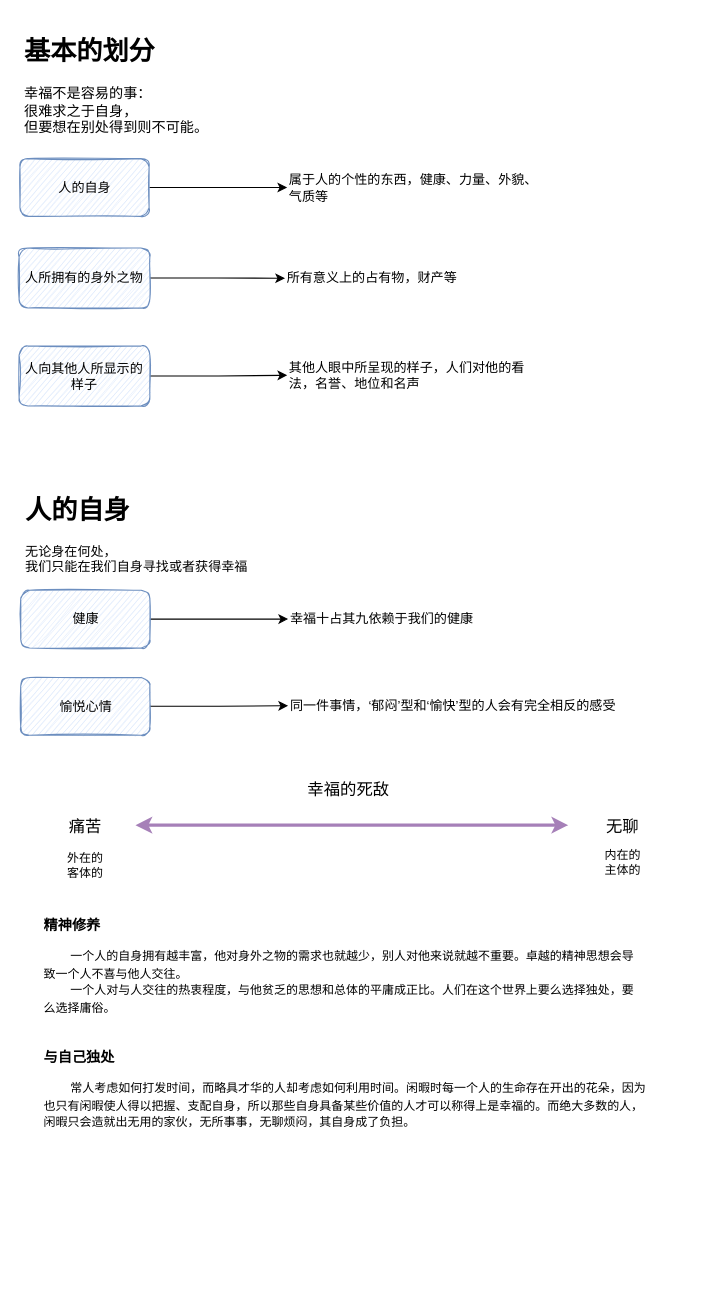
Earlier version of the draw.io diagram renshengdezhihui/ren_sheng_de_zhi_hui.drawio (kirito1015/books.read). Source tidied: cells renumbered, new cells numbered last; positions are measured from the earlier drawing's top-left corner, leaving out a move shared by most shapes. Both pictures are drawn from the tidied source at 109%, with x=0, y=0 at pixel (19, 29).
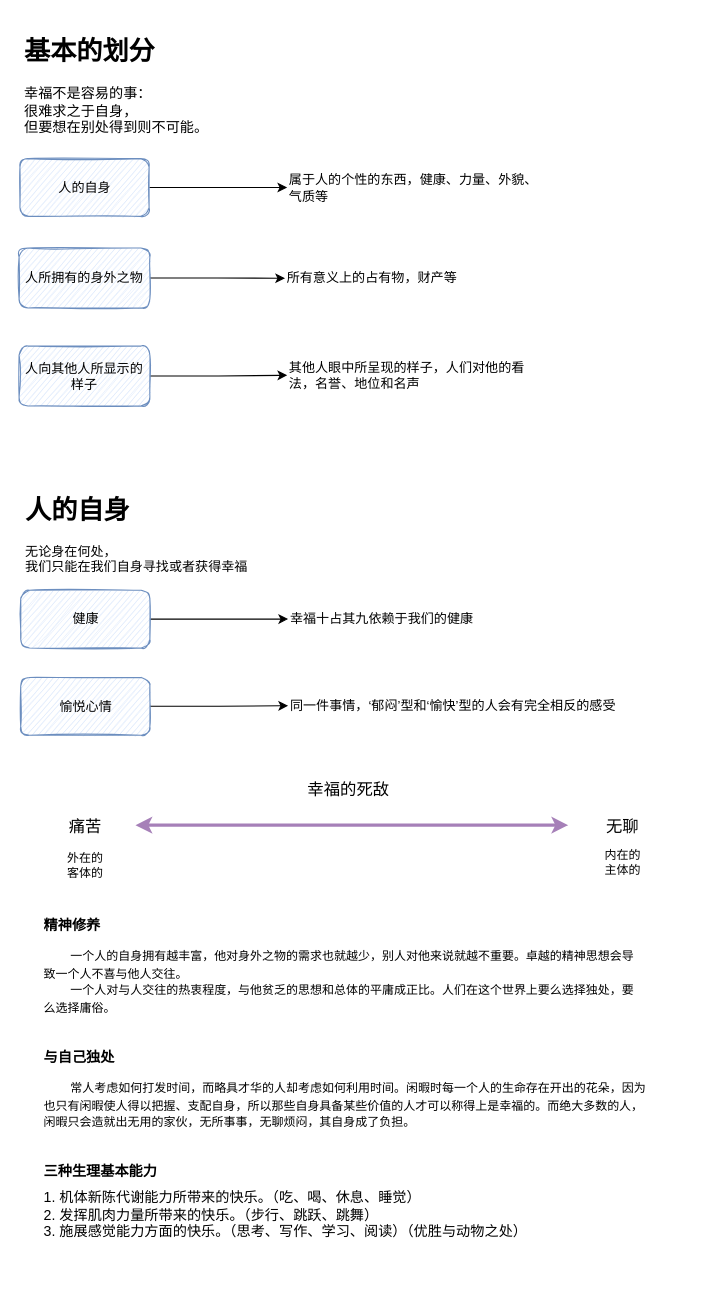
Above is the later version.

What changed in the source:
```diff
@@
+    <mxCell id="27" value="&lt;h1 style=&quot;font-size: 13px&quot;&gt;三种生理基本能力&lt;/h1&gt;&lt;div&gt;1. 机体新陈代谢能力所带来的快乐。（吃、喝、休息、睡觉）&lt;/div&gt;&lt;div&gt;2. 发挥肌肉力量所带来的快乐。（步行、跳跃、跳舞）&lt;/div&gt;&lt;div&gt;3. 施展感觉能力方面的快乐。（思考、写作、学习、阅读）（优胜与动物之处）&lt;/div&gt;" style="text;html=1;strokeColor=none;fillColor=none;spacing=5;spacingTop=-20;whiteSpace=wrap;overflow=hidden;rounded=0;shadow=0;sketch=0;fontSize=13;" parent="1" vertex="1">
+      <mxGeometry x="17.8" y="1041" width="566.2" height="110" as="geometry" />
+    </mxCell>
```
